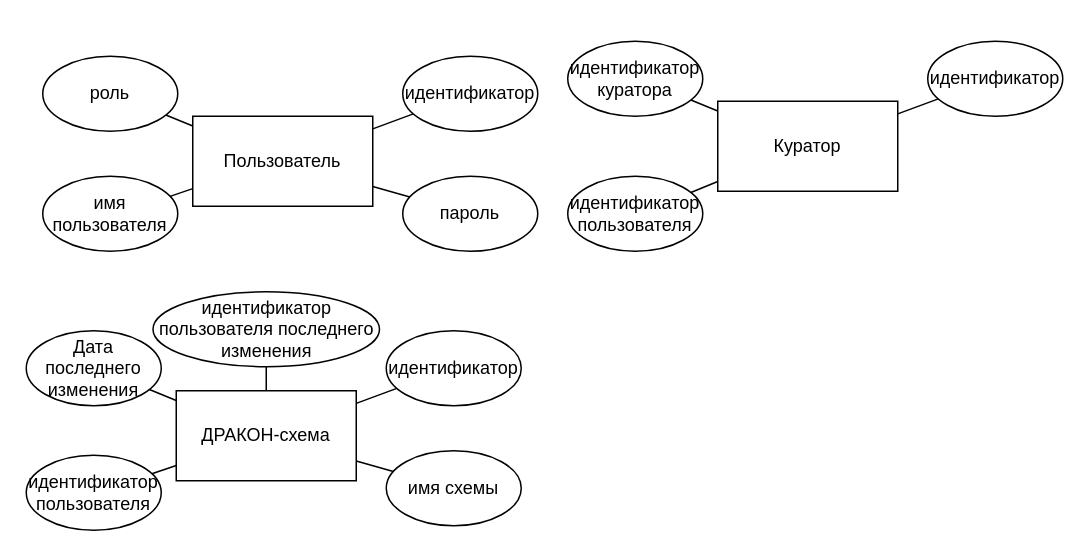
Before: dizdocs/ЕР диаг.drawio in samarsky-canary/dragon, a draw.io diagram. Source tidied: cells renumbered, new cells numbered last; positions are measured from the earlier drawing's top-left corner, leaving out a move shared by most shapes. Both pictures are drawn from the tidied source at 150%, with x=0, y=0 at pixel (26, 40).
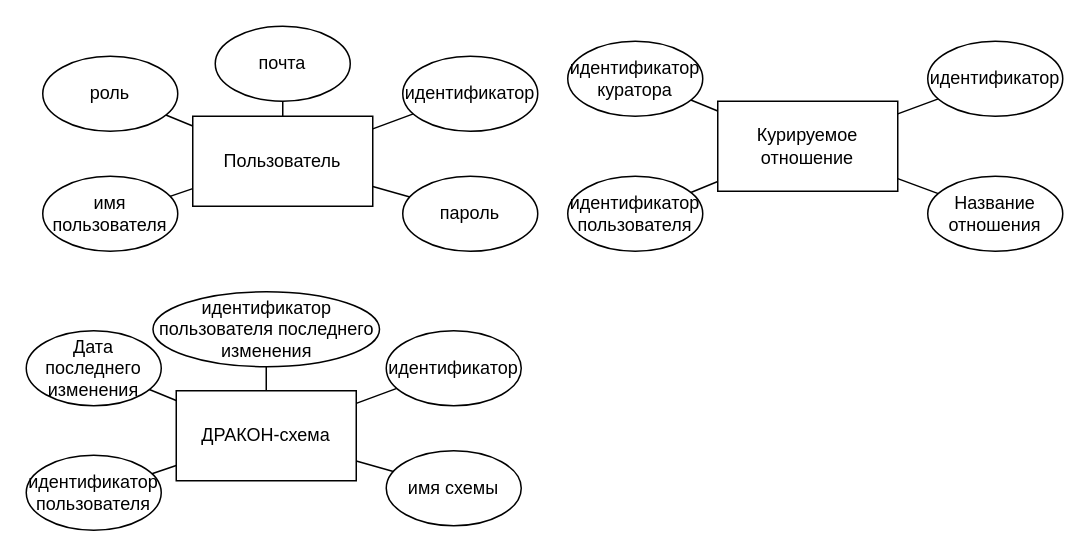
Above is the later version.

The change refers to these unchanged cells:
```xml
<mxCell id="2" value="Пользователь" style="rounded=0;whiteSpace=wrap;html=1;" parent="1" vertex="1">
  <mxGeometry x="111" y="50" width="120" height="60" as="geometry" />
</mxCell>
```

Diff of the diagram source:
```diff
@@
-    <mxCell id="20" value="Куратор" style="rounded=0;whiteSpace=wrap;html=1;" parent="1" vertex="1">
+    <mxCell id="20" value="Курируемое отношение" style="rounded=0;whiteSpace=wrap;html=1;" parent="1" vertex="1">
       <mxGeometry x="461" y="40" width="120" height="60" as="geometry" />
     </mxCell>
@@
+    <mxCell id="29" style="rounded=0;jettySize=auto;html=1;endArrow=none;endFill=0;" parent="1" edge="1" source="30" target="2">
+      <mxGeometry relative="1" as="geometry" />
+    </mxCell>
+    <mxCell id="30" value="почта" style="ellipse;whiteSpace=wrap;html=1;" parent="1" vertex="1">
+      <mxGeometry x="126" y="-10" width="90" height="50" as="geometry" />
+    </mxCell>
+    <mxCell id="31" style="edgeStyle=none;rounded=0;jettySize=auto;html=1;endArrow=none;endFill=0;" parent="1" edge="1" source="32" target="20">
+      <mxGeometry relative="1" as="geometry" />
+    </mxCell>
+    <mxCell id="32" value="Название отношения" style="ellipse;whiteSpace=wrap;html=1;" parent="1" vertex="1">
+      <mxGeometry x="601" y="90" width="90" height="50" as="geometry" />
+    </mxCell>
```
